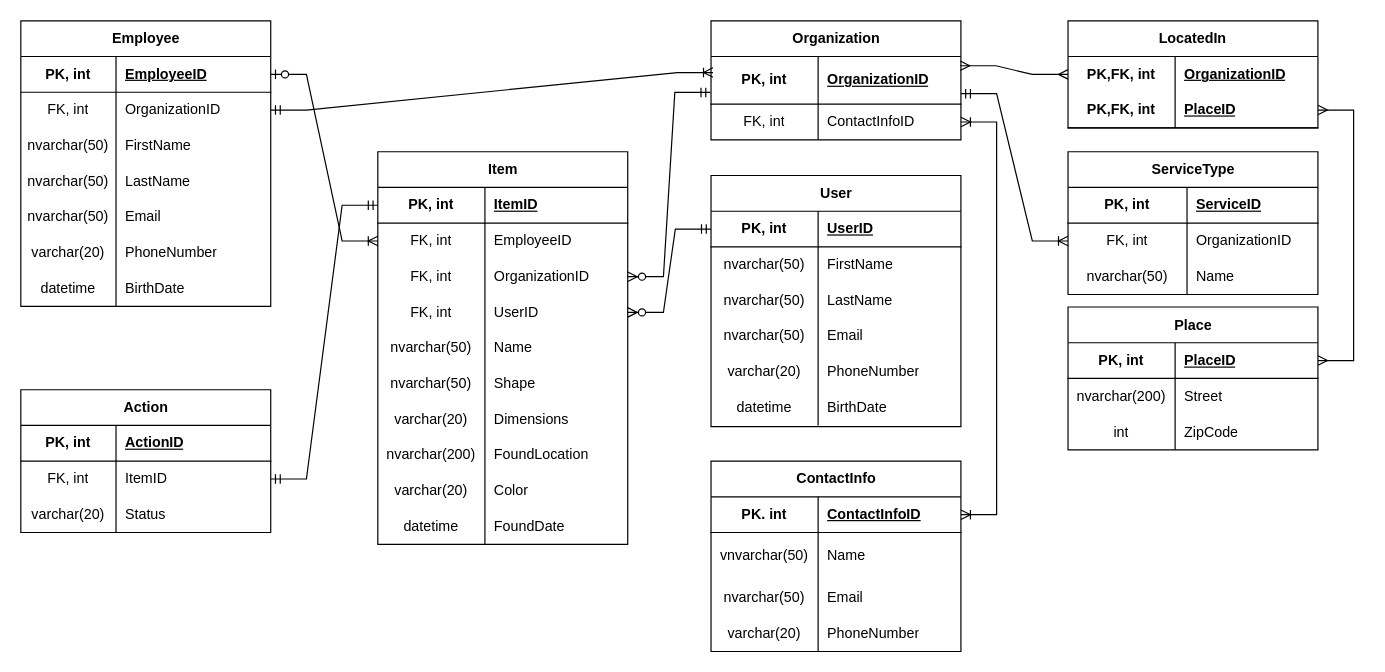
Earlier version of the draw.io diagram physical model.drawio (igor2080/db1_large_project). Source tidied: cells renumbered, new cells numbered last; positions are measured from the earlier drawing's top-left corner, leaving out a move shared by most shapes. Both pictures are drawn from the tidied source at 119%, with x=0, y=0 at pixel (20, 20).
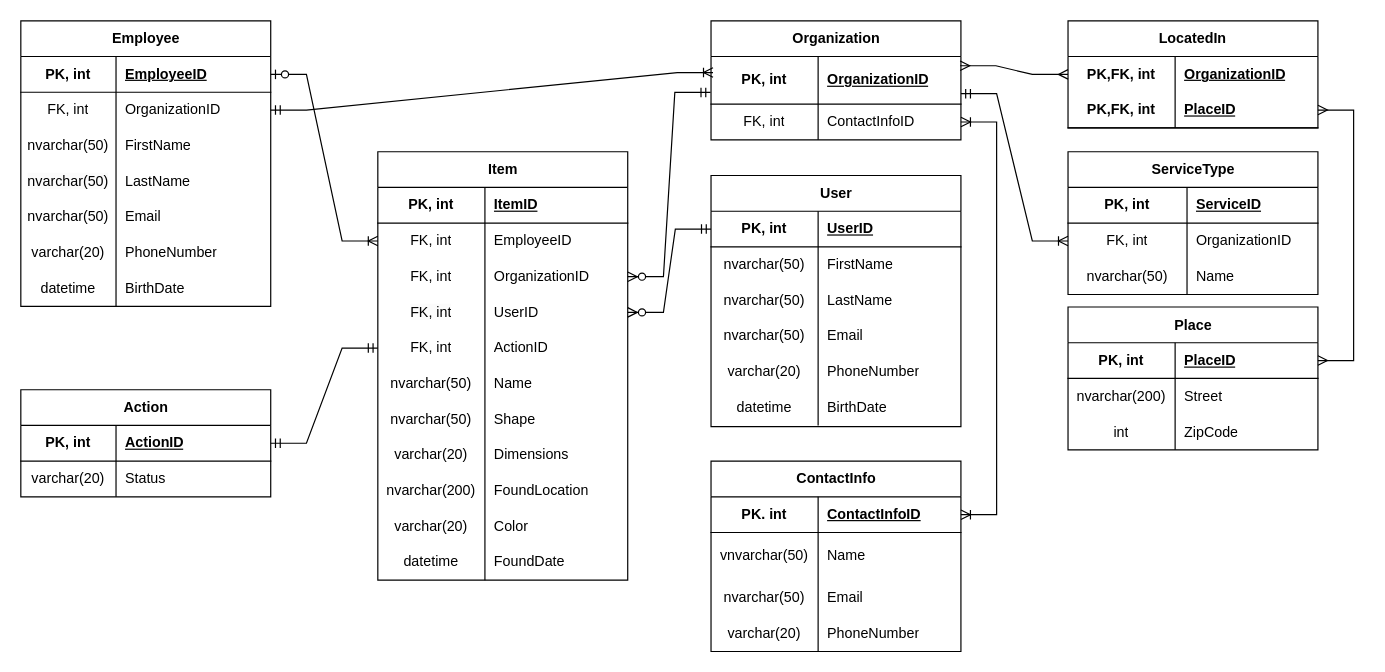
Above is the later version.

Unchanged cells that the change refers to:
```xml
<mxCell id="25" style="shape=tableRow;horizontal=0;startSize=0;swimlaneHead=0;swimlaneBody=0;fillColor=none;points=[[0,0.5],[1,0.5]];portConstraint=eastwest;top=0;left=0;right=0;bottom=1;" parent="24" vertex="1">
  <mxGeometry y="30" width="210" height="30" as="geometry" />
</mxCell>
```

What changed in the source:
```diff
@@
     <mxCell id="24" value="Item" style="shape=table;startSize=30;childLayout=tableLayout;rowLines=0;fontStyle=1;align=center;html=1;" parent="1" vertex="1">
-      <mxGeometry x="300" y="110" width="210" height="330" as="geometry" />
+      <mxGeometry x="300" y="110" width="210" height="360" as="geometry" />
     </mxCell>
@@
+    <mxCell id="140" style="shape=tableRow;horizontal=0;startSize=0;swimlaneHead=0;swimlaneBody=0;fillColor=none;points=[[0,0.5],[1,0.5]];portConstraint=eastwest;top=0;left=0;right=0;bottom=0;" parent="24" vertex="1">
+      <mxGeometry y="150" width="210" height="30" as="geometry" />
+    </mxCell>
+    <mxCell id="61" value="FK, int" style="shape=partialRectangle;fillColor=none;top=0;left=0;bottom=0;right=0;overflow=hidden;whiteSpace=wrap;html=1;" parent="140" vertex="1">
+      <mxGeometry width="90" height="30" as="geometry" />
+    </mxCell>
+    <mxCell id="141" value="ActionID" style="shape=partialRectangle;fillColor=none;top=0;left=0;bottom=0;right=0;align=left;spacingLeft=6;overflow=hidden;whiteSpace=wrap;html=1;" parent="140" vertex="1">
+      <mxGeometry x="90" width="120" height="30" as="geometry" />
+    </mxCell>
     <mxCell id="37" style="shape=tableRow;horizontal=0;startSize=0;swimlaneHead=0;swimlaneBody=0;fillColor=none;top=0;left=0;right=0;bottom=0;" parent="24" vertex="1">
-      <mxGeometry y="150" width="210" height="30" as="geometry" />
+      <mxGeometry y="180" width="210" height="30" as="geometry" />
     </mxCell>
@@
     <mxCell id="40" style="shape=tableRow;horizontal=0;startSize=0;swimlaneHead=0;swimlaneBody=0;fillColor=none;top=0;left=0;right=0;bottom=0;" parent="24" vertex="1">
-      <mxGeometry y="180" width="210" height="30" as="geometry" />
+      <mxGeometry y="210" width="210" height="30" as="geometry" />
     </mxCell>
@@
     <mxCell id="43" style="shape=tableRow;horizontal=0;startSize=0;swimlaneHead=0;swimlaneBody=0;fillColor=none;top=0;left=0;right=0;bottom=0;" parent="24" vertex="1">
-      <mxGeometry y="210" width="210" height="30" as="geometry" />
+      <mxGeometry y="240" width="210" height="30" as="geometry" />
     </mxCell>
@@
     <mxCell id="46" style="shape=tableRow;horizontal=0;startSize=0;swimlaneHead=0;swimlaneBody=0;fillColor=none;top=0;left=0;right=0;bottom=0;" parent="24" vertex="1">
-      <mxGeometry y="240" width="210" height="30" as="geometry" />
+      <mxGeometry y="270" width="210" height="30" as="geometry" />
     </mxCell>
@@
     <mxCell id="49" style="shape=tableRow;horizontal=0;startSize=0;swimlaneHead=0;swimlaneBody=0;fillColor=none;top=0;left=0;right=0;bottom=0;" parent="24" vertex="1">
-      <mxGeometry y="270" width="210" height="30" as="geometry" />
+      <mxGeometry y="300" width="210" height="30" as="geometry" />
     </mxCell>
@@
     <mxCell id="52" style="shape=tableRow;horizontal=0;startSize=0;swimlaneHead=0;swimlaneBody=0;fillColor=none;top=0;left=0;right=0;bottom=0;" parent="24" vertex="1">
-      <mxGeometry y="300" width="210" height="30" as="geometry" />
+      <mxGeometry y="330" width="210" height="30" as="geometry" />
     </mxCell>
@@
     <mxCell id="56" value="Action" style="shape=table;startSize=30;childLayout=tableLayout;rowLines=0;fontStyle=1;align=center;html=1;" parent="1" vertex="1">
-      <mxGeometry y="310" width="210" height="120" as="geometry" />
+      <mxGeometry y="310" width="210" height="90" as="geometry" />
     </mxCell>
@@
-    <mxCell id="60" style="shape=tableRow;horizontal=0;startSize=0;swimlaneHead=0;swimlaneBody=0;fillColor=none;points=[[0,0.5],[1,0.5]];portConstraint=eastwest;top=0;left=0;right=0;bottom=0;" parent="56" vertex="1">
-      <mxGeometry y="60" width="210" height="30" as="geometry" />
-    </mxCell>
-    <mxCell id="61" value="FK, int" style="shape=partialRectangle;fillColor=none;top=0;left=0;bottom=0;right=0;overflow=hidden;whiteSpace=wrap;html=1;" parent="60" vertex="1">
-      <mxGeometry width="80" height="30" as="geometry" />
-    </mxCell>
-    <mxCell id="62" value="ItemID" style="shape=partialRectangle;fillColor=none;top=0;left=0;bottom=0;right=0;align=left;spacingLeft=6;overflow=hidden;whiteSpace=wrap;html=1;" parent="60" vertex="1">
-      <mxGeometry x="80" width="130" height="30" as="geometry" />
-    </mxCell>
     <mxCell id="63" style="shape=tableRow;horizontal=0;startSize=0;swimlaneHead=0;swimlaneBody=0;fillColor=none;top=0;left=0;right=0;bottom=0;" parent="56" vertex="1">
-      <mxGeometry y="90" width="210" height="30" as="geometry" />
+      <mxGeometry y="60" width="210" height="30" as="geometry" />
     </mxCell>
@@
-    <mxCell id="66" style="edgeStyle=entityRelationEdgeStyle;fontSize=12;html=1;endArrow=ERmandOne;startArrow=ERmandOne;rounded=0;" parent="1" edge="1" source="60" target="25">
+    <mxCell id="66" style="edgeStyle=entityRelationEdgeStyle;fontSize=12;html=1;endArrow=ERmandOne;startArrow=ERmandOne;rounded=0;" parent="1" edge="1" source="56" target="140">
       <mxGeometry relative="1" as="geometry" />
     </mxCell>
```
